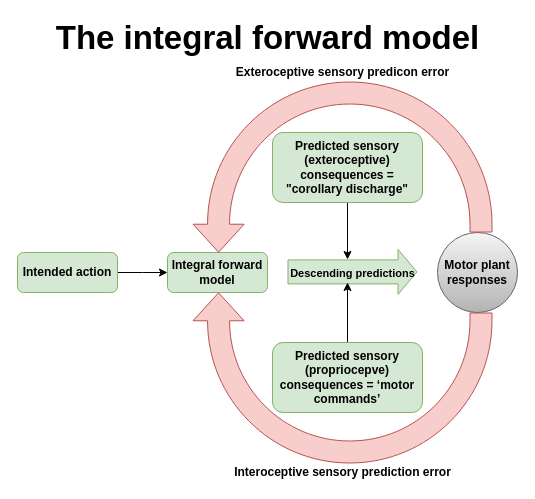
This is Untitled Diagram.drawio from nalgi/Draw.io, a draw.io file, before an edit. Source tidied: cells renumbered, new cells numbered last; positions are measured from the earlier drawing's top-left corner, leaving out a move shared by most shapes. Both pictures are drawn from the tidied source at 100%, with x=0, y=0 at pixel (17, 7).
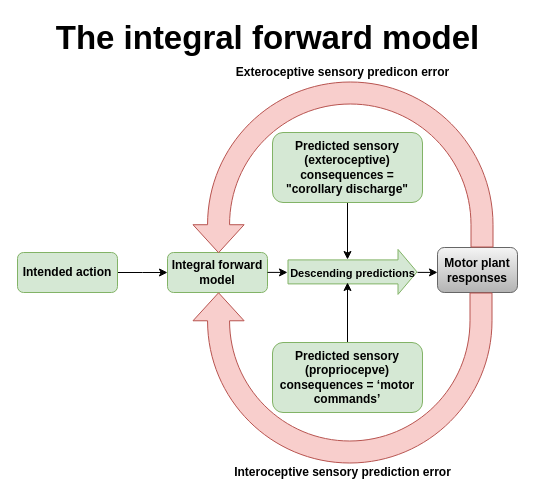
Above is the later version.

The edit, as a diff of the source:
```diff
@@
-    <mxCell id="5" value="&lt;b&gt;Motor plant responses&lt;/b&gt;" style="ellipse;whiteSpace=wrap;html=1;fillColor=#f5f5f5;strokeColor=#666666;gradientColor=#b3b3b3;" parent="1" vertex="1">
-      <mxGeometry x="420" y="225" width="80" height="80" as="geometry" />
+    <mxCell id="5" value="&lt;b&gt;Motor plant responses&lt;/b&gt;" style="rounded=1;whiteSpace=wrap;html=1;fillColor=#f5f5f5;strokeColor=#666666;gradientColor=#b3b3b3;" parent="1" vertex="1">
+      <mxGeometry x="420" y="240" width="80" height="45" as="geometry" />
     </mxCell>
@@
     <mxCell id="7" style="html=1;shadow=0;dashed=0;align=center;verticalAlign=middle;shape=mxgraph.arrows2.uTurnArrow;dy=11;arrowHead=51.11;dx2=27.98;rotation=-90;perimeterSpacing=0;flipH=1;fillColor=#f8cecc;strokeColor=#b85450;" parent="1" vertex="1">
-      <mxGeometry x="250" width="150" height="299" as="geometry" />
+      <mxGeometry x="243" y="7" width="165" height="300" as="geometry" />
     </mxCell>
@@
     <mxCell id="11" style="html=1;shadow=0;dashed=0;align=center;verticalAlign=middle;shape=mxgraph.arrows2.uTurnArrow;dy=11;arrowHead=51.11;dx2=27.98;rotation=-90;perimeterSpacing=0;flipH=0;fillColor=#f8cecc;strokeColor=#b85450;" parent="1" vertex="1">
-      <mxGeometry x="250" y="231" width="150" height="299" as="geometry" />
+      <mxGeometry x="240" y="221" width="170" height="299" as="geometry" />
     </mxCell>
@@
+    <mxCell id="17" style="edgeStyle=orthogonalEdgeStyle;rounded=0;orthogonalLoop=1;jettySize=auto;html=1;endSize=6;" parent="1" edge="1">
+      <mxGeometry relative="1" as="geometry">
+        <mxPoint x="250" y="264.9" as="sourcePoint" />
+        <mxPoint x="270" y="265" as="targetPoint" />
+      </mxGeometry>
+    </mxCell>
+    <mxCell id="18" style="edgeStyle=orthogonalEdgeStyle;rounded=0;orthogonalLoop=1;jettySize=auto;html=1;endSize=6;" parent="1" edge="1">
+      <mxGeometry relative="1" as="geometry">
+        <mxPoint x="400" y="264.9" as="sourcePoint" />
+        <mxPoint x="420" y="265" as="targetPoint" />
+      </mxGeometry>
+    </mxCell>
```
